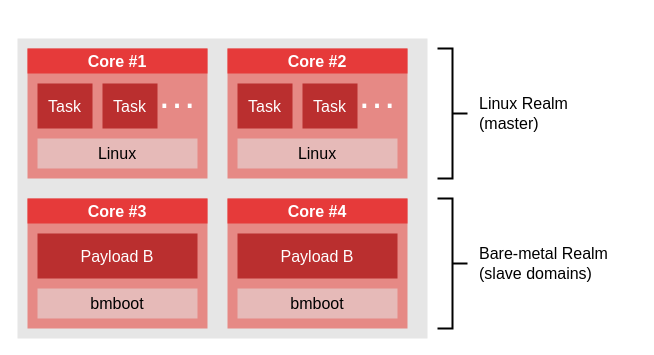
This is doc/realms.drawio from mcejp/bmboot, a draw.io file, before an edit. Source tidied: cells renumbered, new cells numbered last; positions are measured from the earlier drawing's top-left corner, leaving out a move shared by most shapes. Both pictures are drawn from the tidied source at 100%, with x=0, y=0 at pixel (17, 38).
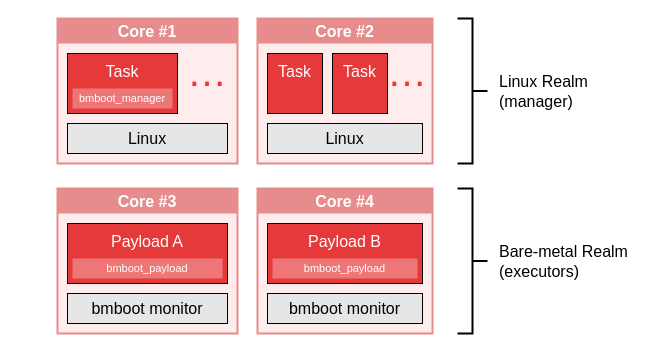
The same page after the edit.

Commit message (it also covers changes not shown here):
bmboot: Update drawing in docs

Change to the diagram source:
```diff
@@
-    <mxCell id="2" style="rounded=0;whiteSpace=wrap;html=1;strokeColor=none;fillColor=#E6E6E6;verticalAlign=top;fontStyle=0;fontFamily=Helvetica Now Display;fontSize=16;" parent="1" vertex="1">
-      <mxGeometry width="410" height="300" as="geometry" />
-    </mxCell>
-    <mxCell id="3" style="rounded=0;whiteSpace=wrap;html=1;fontFamily=Helvetica Now Display;fontSize=16;strokeColor=none;fillColor=#E68985;" parent="1" vertex="1">
-      <mxGeometry x="10" y="10" width="180" height="130" as="geometry" />
+    <mxCell id="3" style="rounded=0;whiteSpace=wrap;html=1;fontFamily=Helvetica Now Display;fontSize=16;strokeWidth=2;arcSize=7;glass=0;fillColor=#FFEDED;strokeColor=#E68C8C;" parent="1" vertex="1">
+      <mxGeometry x="40" y="-20" width="180" height="145" as="geometry" />
     </mxCell>
-    <mxCell id="4" value="Core #1" style="rounded=0;whiteSpace=wrap;html=1;fontFamily=Helvetica Now Display;fontSize=16;strokeColor=none;fillColor=#E63A3A;fontStyle=1;fontColor=#FFFFFF;" parent="1" vertex="1">
-      <mxGeometry x="10" y="10" width="180" height="25" as="geometry" />
+    <mxCell id="4" value="Core #1" style="rounded=0;whiteSpace=wrap;html=1;fontFamily=Helvetica Now Display;fontSize=16;strokeColor=none;fontStyle=1;fontColor=#FFFFFF;fillColor=#E68C8C;" parent="1" vertex="1">
+      <mxGeometry x="40" y="-20" width="180" height="25" as="geometry" />
     </mxCell>
-    <mxCell id="5" value="Task" style="rounded=0;whiteSpace=wrap;html=1;fontFamily=Helvetica Now Display;fontSize=16;strokeColor=none;fontColor=#FFFFFF;fontStyle=0;fillColor=#BA2F2F;" parent="1" vertex="1">
-      <mxGeometry x="20" y="45" width="55" height="45" as="geometry" />
-    </mxCell>
-    <mxCell id="6" value="Task" style="rounded=0;whiteSpace=wrap;html=1;fontFamily=Helvetica Now Display;fontSize=16;strokeColor=none;fontColor=#FFFFFF;fillColor=#BA2F2F;" parent="1" vertex="1">
-      <mxGeometry x="85" y="45" width="55" height="45" as="geometry" />
-    </mxCell>
-    <mxCell id="7" value="…" style="text;html=1;strokeColor=none;fillColor=none;align=center;verticalAlign=bottom;whiteSpace=wrap;rounded=0;fontFamily=Helvetica Now Display;fontSize=40;fontColor=#FFFFFF;" parent="1" vertex="1">
-      <mxGeometry x="140" y="52" width="40" height="30" as="geometry" />
-    </mxCell>
-    <mxCell id="8" value="Linux" style="rounded=0;whiteSpace=wrap;html=1;fontFamily=Helvetica Now Display;fontSize=16;strokeColor=none;fillColor=#E6BAB8;" parent="1" vertex="1">
-      <mxGeometry x="20" y="100" width="160" height="30" as="geometry" />
-    </mxCell>
-    <mxCell id="9" style="rounded=0;whiteSpace=wrap;html=1;fontFamily=Helvetica Now Display;fontSize=16;strokeColor=none;fillColor=#E68985;" parent="1" vertex="1">
-      <mxGeometry x="210" y="10" width="180" height="130" as="geometry" />
-    </mxCell>
-    <mxCell id="10" value="Core #2" style="rounded=0;whiteSpace=wrap;html=1;fontFamily=Helvetica Now Display;fontSize=16;strokeColor=none;fillColor=#E63A3A;fontStyle=1;fontColor=#FFFFFF;" parent="1" vertex="1">
-      <mxGeometry x="210" y="10" width="180" height="25" as="geometry" />
-    </mxCell>
-    <mxCell id="11" value="Task" style="rounded=0;whiteSpace=wrap;html=1;fontFamily=Helvetica Now Display;fontSize=16;strokeColor=none;fontColor=#FFFFFF;fillColor=#BA2F2F;" parent="1" vertex="1">
-      <mxGeometry x="220" y="45" width="55" height="45" as="geometry" />
-    </mxCell>
-    <mxCell id="12" value="Task" style="rounded=0;whiteSpace=wrap;html=1;fontFamily=Helvetica Now Display;fontSize=16;strokeColor=none;fontColor=#FFFFFF;fillColor=#BA2F2F;" parent="1" vertex="1">
-      <mxGeometry x="285" y="45" width="55" height="45" as="geometry" />
-    </mxCell>
-    <mxCell id="13" value="…" style="text;html=1;strokeColor=none;fillColor=none;align=center;verticalAlign=bottom;whiteSpace=wrap;rounded=0;fontFamily=Helvetica Now Display;fontSize=40;fontColor=#FFFFFF;" parent="1" vertex="1">
-      <mxGeometry x="340" y="52" width="40" height="30" as="geometry" />
-    </mxCell>
-    <mxCell id="14" value="Linux" style="rounded=0;whiteSpace=wrap;html=1;fontFamily=Helvetica Now Display;fontSize=16;strokeColor=none;fillColor=#E6BAB8;" parent="1" vertex="1">
-      <mxGeometry x="220" y="100" width="160" height="30" as="geometry" />
-    </mxCell>
-    <mxCell id="15" style="rounded=0;whiteSpace=wrap;html=1;fontFamily=Helvetica Now Display;fontSize=16;strokeColor=none;fillColor=#E68985;" parent="1" vertex="1">
-      <mxGeometry x="10" y="160" width="180" height="130" as="geometry" />
-    </mxCell>
-    <mxCell id="16" value="Core #3" style="rounded=0;whiteSpace=wrap;html=1;fontFamily=Helvetica Now Display;fontSize=16;strokeColor=none;fontStyle=1;fontColor=#FFFFFF;fillColor=#E63A3A;" parent="1" vertex="1">
-      <mxGeometry x="10" y="160" width="180" height="25" as="geometry" />
-    </mxCell>
-    <mxCell id="17" value="bmboot" style="rounded=0;whiteSpace=wrap;html=1;fontFamily=Helvetica Now Display;fontSize=16;strokeColor=none;fillColor=#E6BAB8;" parent="1" vertex="1">
-      <mxGeometry x="20" y="250" width="160" height="30" as="geometry" />
-    </mxCell>
-    <mxCell id="18" style="rounded=0;whiteSpace=wrap;html=1;fontFamily=Helvetica Now Display;fontSize=16;strokeColor=none;fillColor=#E68985;" parent="1" vertex="1">
-      <mxGeometry x="210" y="160" width="180" height="130" as="geometry" />
-    </mxCell>
-    <mxCell id="19" value="Core #4" style="rounded=0;whiteSpace=wrap;html=1;fontFamily=Helvetica Now Display;fontSize=16;strokeColor=none;fontStyle=1;fontColor=#FFFFFF;fillColor=#E63A3A;" parent="1" vertex="1">
-      <mxGeometry x="210" y="160" width="180" height="25" as="geometry" />
-    </mxCell>
-    <mxCell id="20" value="Payload B" style="rounded=0;whiteSpace=wrap;html=1;fontFamily=Helvetica Now Display;fontSize=16;strokeColor=none;fontColor=#FFFFFF;fontStyle=0;fillColor=#BA2F2F;" parent="1" vertex="1">
-      <mxGeometry x="20" y="195" width="160" height="45" as="geometry" />
-    </mxCell>
-    <mxCell id="21" value="bmboot" style="rounded=0;whiteSpace=wrap;html=1;fontFamily=Helvetica Now Display;fontSize=16;strokeColor=none;fillColor=#E6BAB8;" parent="1" vertex="1">
-      <mxGeometry x="220" y="250" width="160" height="30" as="geometry" />
-    </mxCell>
-    <mxCell id="22" value="Payload B" style="rounded=0;whiteSpace=wrap;html=1;fontFamily=Helvetica Now Display;fontSize=16;strokeColor=none;fontColor=#FFFFFF;fillColor=#BA2F2F;" parent="1" vertex="1">
-      <mxGeometry x="220" y="195" width="160" height="45" as="geometry" />
-    </mxCell>
     <mxCell id="23" style="strokeWidth=2;html=1;shape=mxgraph.flowchart.annotation_2;align=left;labelPosition=right;fontSize=16;fontColor=#808080;rotation=-180;" parent="1" vertex="1">
-      <mxGeometry x="420" y="10" width="30" height="130" as="geometry" />
+      <mxGeometry x="440" y="-20" width="30" height="145" as="geometry" />
     </mxCell>
-    <mxCell id="24" value="Linux Realm&lt;br&gt;(master)" style="rounded=0;whiteSpace=wrap;html=1;fontFamily=Helvetica Now Display;fontSize=16;strokeColor=none;align=left;fillColor=none;" parent="1" vertex="1">
-      <mxGeometry x="460" y="10" width="140" height="130" as="geometry" />
+    <mxCell id="24" value="Linux Realm&lt;br&gt;(manager)" style="rounded=0;whiteSpace=wrap;html=1;fontFamily=Helvetica Now Display;fontSize=16;strokeColor=none;align=left;fillColor=none;" parent="1" vertex="1">
+      <mxGeometry x="480" y="-20" width="140" height="145" as="geometry" />
     </mxCell>
     <mxCell id="25" style="strokeWidth=2;html=1;shape=mxgraph.flowchart.annotation_2;align=left;labelPosition=right;fontSize=16;fontColor=#808080;rotation=-180;" parent="1" vertex="1">
-      <mxGeometry x="420" y="160" width="30" height="130" as="geometry" />
+      <mxGeometry x="440" y="150" width="30" height="145" as="geometry" />
     </mxCell>
-    <mxCell id="26" value="Bare-metal Realm&lt;br&gt;(slave domains)" style="rounded=0;whiteSpace=wrap;html=1;fontFamily=Helvetica Now Display;fontSize=16;strokeColor=none;align=left;fillColor=none;" parent="1" vertex="1">
-      <mxGeometry x="460" y="160" width="140" height="130" as="geometry" />
+    <mxCell id="26" value="Bare-metal Realm&lt;br&gt;(executors)" style="rounded=0;whiteSpace=wrap;html=1;fontFamily=Helvetica Now Display;fontSize=16;strokeColor=none;align=left;fillColor=none;" parent="1" vertex="1">
+      <mxGeometry x="480" y="150" width="140" height="145" as="geometry" />
     </mxCell>
+    <mxCell id="27" value="Task" style="rounded=0;whiteSpace=wrap;html=1;fontFamily=Helvetica Now Display;fontSize=16;fontColor=#FFFFFF;verticalAlign=top;spacingTop=2;fillColor=#E63A3A;" parent="1" vertex="1">
+      <mxGeometry x="50" y="15" width="110" height="60" as="geometry" />
+    </mxCell>
+    <mxCell id="28" value="…" style="text;html=1;strokeColor=none;fillColor=none;align=center;verticalAlign=bottom;whiteSpace=wrap;rounded=0;fontFamily=Helvetica Now Display;fontSize=40;fontColor=#E63A3A;" parent="1" vertex="1">
+      <mxGeometry x="170" y="30" width="40" height="30" as="geometry" />
+    </mxCell>
+    <mxCell id="29" value="Linux" style="rounded=0;whiteSpace=wrap;html=1;fontFamily=Helvetica Now Display;fontSize=16;fillColor=#E6E6E6;" parent="1" vertex="1">
+      <mxGeometry x="50" y="85" width="160" height="30" as="geometry" />
+    </mxCell>
+    <mxCell id="30" value="&lt;span style=&quot;font-family: helvetica; font-size: 11px; font-style: normal; font-weight: 400; letter-spacing: normal; text-indent: 0px; text-transform: none; word-spacing: 0px; display: inline; float: none;&quot;&gt;bmboot_manager&lt;br style=&quot;font-size: 11px;&quot;&gt;&lt;/span&gt;" style="text;whiteSpace=wrap;html=1;labelBackgroundColor=none;fillColor=#ffffff;opacity=30;fontColor=#FFFFFF;align=center;fontSize=11;verticalAlign=middle;" parent="1" vertex="1">
+      <mxGeometry x="55" y="50" width="100" height="20" as="geometry" />
+    </mxCell>
+    <mxCell id="31" style="rounded=0;whiteSpace=wrap;html=1;fontFamily=Helvetica Now Display;fontSize=16;strokeWidth=2;arcSize=7;glass=0;fillColor=#FFEDED;strokeColor=#E68C8C;" parent="1" vertex="1">
+      <mxGeometry x="240" y="-20" width="175" height="145" as="geometry" />
+    </mxCell>
+    <mxCell id="10" value="Core #2" style="rounded=0;whiteSpace=wrap;html=1;fontFamily=Helvetica Now Display;fontSize=16;strokeColor=none;fontStyle=1;fontColor=#FFFFFF;fillColor=#E68C8C;" parent="1" vertex="1">
+      <mxGeometry x="240" y="-20" width="175" height="25" as="geometry" />
+    </mxCell>
+    <mxCell id="32" value="Task" style="rounded=0;whiteSpace=wrap;html=1;fontFamily=Helvetica Now Display;fontSize=16;fontColor=#FFFFFF;verticalAlign=top;spacingTop=2;fillColor=#E63A3A;" parent="1" vertex="1">
+      <mxGeometry x="250" y="15" width="55" height="60" as="geometry" />
+    </mxCell>
+    <mxCell id="33" value="Task" style="rounded=0;whiteSpace=wrap;html=1;fontFamily=Helvetica Now Display;fontSize=16;fontColor=#FFFFFF;verticalAlign=top;spacingTop=2;fillColor=#E63A3A;" parent="1" vertex="1">
+      <mxGeometry x="315" y="15" width="55" height="60" as="geometry" />
+    </mxCell>
+    <mxCell id="34" value="…" style="text;html=1;strokeColor=none;fillColor=none;align=center;verticalAlign=bottom;whiteSpace=wrap;rounded=0;fontFamily=Helvetica Now Display;fontSize=40;fontColor=#E63A3A;" parent="1" vertex="1">
+      <mxGeometry x="370" y="30" width="40" height="30" as="geometry" />
+    </mxCell>
+    <mxCell id="35" value="Linux" style="rounded=0;whiteSpace=wrap;html=1;fontFamily=Helvetica Now Display;fontSize=16;fillColor=#E6E6E6;" parent="1" vertex="1">
+      <mxGeometry x="250" y="85" width="155" height="30" as="geometry" />
+    </mxCell>
+    <mxCell id="36" style="rounded=0;whiteSpace=wrap;html=1;fontFamily=Helvetica Now Display;fontSize=16;strokeWidth=2;arcSize=7;glass=0;fillColor=#FFEDED;strokeColor=#E68C8C;" parent="1" vertex="1">
+      <mxGeometry x="240" y="150" width="175" height="145" as="geometry" />
+    </mxCell>
+    <mxCell id="19" value="Core #4" style="rounded=0;whiteSpace=wrap;html=1;fontFamily=Helvetica Now Display;fontSize=16;strokeColor=none;fontStyle=1;fontColor=#FFFFFF;fillColor=#E68C8C;" parent="1" vertex="1">
+      <mxGeometry x="240" y="150" width="175" height="25" as="geometry" />
+    </mxCell>
+    <mxCell id="37" value="Payload B" style="rounded=0;whiteSpace=wrap;html=1;fontFamily=Helvetica Now Display;fontSize=16;fontColor=#FFFFFF;verticalAlign=top;spacingTop=2;fillColor=#E63A3A;" parent="1" vertex="1">
+      <mxGeometry x="250" y="185" width="155" height="60" as="geometry" />
+    </mxCell>
+    <mxCell id="38" value="bmboot monitor" style="rounded=0;whiteSpace=wrap;html=1;fontFamily=Helvetica Now Display;fontSize=16;fillColor=#E6E6E6;" parent="1" vertex="1">
+      <mxGeometry x="250" y="255" width="155" height="30" as="geometry" />
+    </mxCell>
+    <mxCell id="39" value="&lt;span style=&quot;font-family: helvetica; font-size: 11px; font-style: normal; font-weight: 400; letter-spacing: normal; text-indent: 0px; text-transform: none; word-spacing: 0px; display: inline; float: none;&quot;&gt;bmboot_payload&lt;/span&gt;" style="text;whiteSpace=wrap;html=1;labelBackgroundColor=none;fillColor=#ffffff;opacity=30;fontColor=#FFFFFF;align=center;fontSize=11;verticalAlign=middle;" parent="1" vertex="1">
+      <mxGeometry x="255" y="220" width="145" height="20" as="geometry" />
+    </mxCell>
+    <mxCell id="40" style="rounded=0;whiteSpace=wrap;html=1;fontFamily=Helvetica Now Display;fontSize=16;strokeWidth=2;arcSize=7;glass=0;fillColor=#FFEDED;strokeColor=#E68C8C;" parent="1" vertex="1">
+      <mxGeometry x="40" y="150" width="180" height="145" as="geometry" />
+    </mxCell>
+    <mxCell id="16" value="Core #3" style="rounded=0;whiteSpace=wrap;html=1;fontFamily=Helvetica Now Display;fontSize=16;strokeColor=none;fontStyle=1;fontColor=#FFFFFF;fillColor=#E68C8C;" parent="1" vertex="1">
+      <mxGeometry x="40" y="150" width="180" height="25" as="geometry" />
+    </mxCell>
+    <mxCell id="41" value="Payload A" style="rounded=0;whiteSpace=wrap;html=1;fontFamily=Helvetica Now Display;fontSize=16;fontColor=#FFFFFF;verticalAlign=top;spacingTop=2;fillColor=#E63A3A;" parent="1" vertex="1">
+      <mxGeometry x="50" y="185" width="160" height="60" as="geometry" />
+    </mxCell>
+    <mxCell id="42" value="bmboot monitor" style="rounded=0;whiteSpace=wrap;html=1;fontFamily=Helvetica Now Display;fontSize=16;fillColor=#E6E6E6;" parent="1" vertex="1">
+      <mxGeometry x="50" y="255" width="160" height="30" as="geometry" />
+    </mxCell>
+    <mxCell id="43" value="&lt;span style=&quot;font-family: helvetica; font-size: 11px; font-style: normal; font-weight: 400; letter-spacing: normal; text-indent: 0px; text-transform: none; word-spacing: 0px; display: inline; float: none;&quot;&gt;bmboot_payload&lt;/span&gt;" style="text;whiteSpace=wrap;html=1;labelBackgroundColor=none;fillColor=#ffffff;opacity=30;fontColor=#FFFFFF;align=center;fontSize=11;verticalAlign=middle;" parent="1" vertex="1">
+      <mxGeometry x="55" y="220" width="150" height="20" as="geometry" />
+    </mxCell>
```
